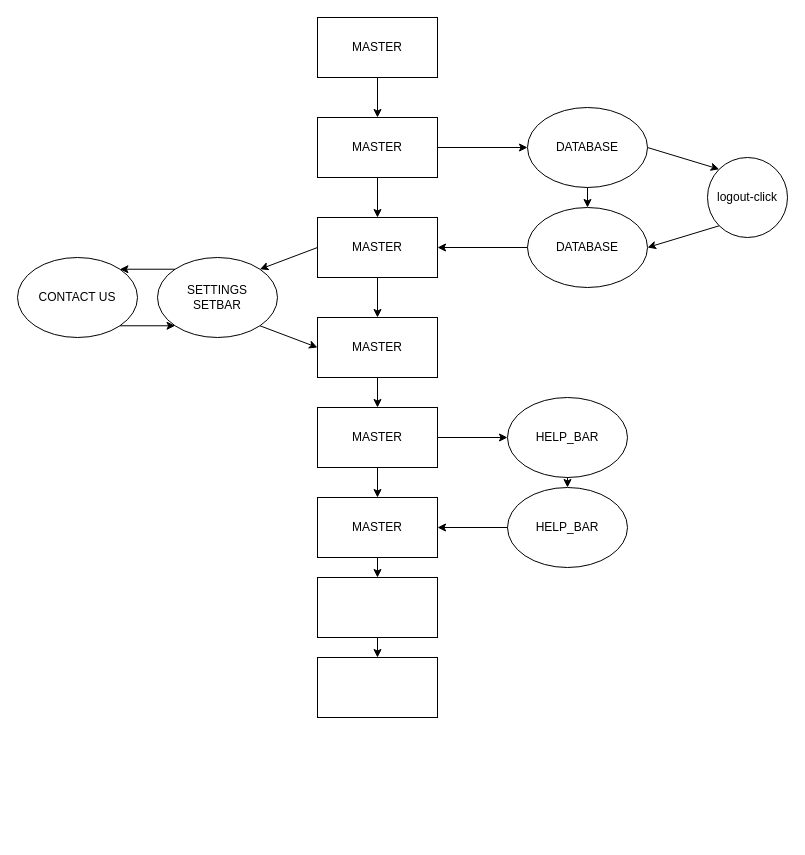
Earlier version of the draw.io diagram INFORMATION/branches.drawio (Man1exter/MAIG-WAREHOUSE). Source tidied: cells renumbered, new cells numbered last; positions are measured from the earlier drawing's top-left corner, leaving out a move shared by most shapes. Both pictures are drawn from the tidied source at 100%, with x=0, y=0 at pixel (17, 17).
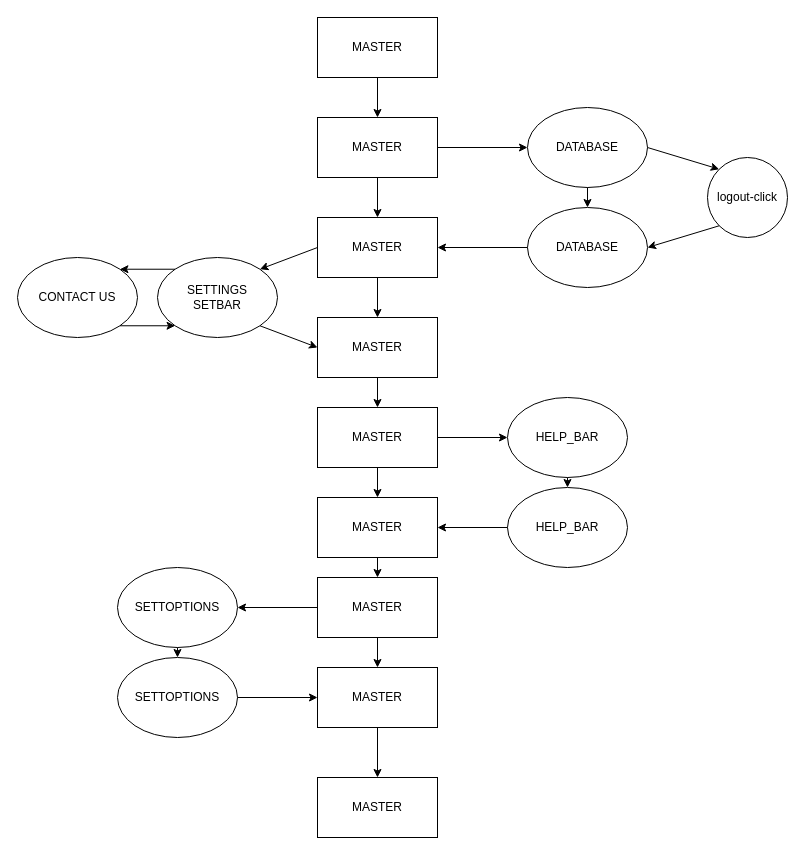
After the change.

The edit, as a diff of the source:
```diff
@@
-    <mxCell id="30" style="rounded=0;whiteSpace=wrap;html=1;" parent="1" vertex="1">
+    <mxCell id="30" value="MASTER" style="rounded=0;whiteSpace=wrap;html=1;" parent="1" vertex="1">
       <mxGeometry x="300" y="560" width="120" height="60" as="geometry" />
     </mxCell>
-    <mxCell id="31" style="rounded=0;whiteSpace=wrap;html=1;" parent="1" vertex="1">
-      <mxGeometry x="300" y="640" width="120" height="60" as="geometry" />
+    <mxCell id="31" value="MASTER" style="rounded=0;whiteSpace=wrap;html=1;" parent="1" vertex="1">
+      <mxGeometry x="300" y="650" width="120" height="60" as="geometry" />
     </mxCell>
@@
+    <mxCell id="36" value="SETTOPTIONS" style="ellipse;whiteSpace=wrap;html=1;" parent="1" vertex="1">
+      <mxGeometry x="100" y="640" width="120" height="80" as="geometry" />
+    </mxCell>
+    <mxCell id="37" value="SETTOPTIONS" style="ellipse;whiteSpace=wrap;html=1;" parent="1" vertex="1">
+      <mxGeometry x="100" y="550" width="120" height="80" as="geometry" />
+    </mxCell>
+    <mxCell id="38" style="endArrow=classic;html=1;exitX=0.5;exitY=1;exitDx=0;exitDy=0;" parent="1" edge="1" source="31">
+      <mxGeometry relative="1" as="geometry">
+        <mxPoint x="360" y="760" as="targetPoint" />
+      </mxGeometry>
+    </mxCell>
+    <mxCell id="39" style="endArrow=classic;html=1;exitX=1;exitY=0.5;exitDx=0;exitDy=0;entryX=0;entryY=0.5;entryDx=0;entryDy=0;" parent="1" edge="1" source="36" target="31">
+      <mxGeometry relative="1" as="geometry" />
+    </mxCell>
+    <mxCell id="40" style="endArrow=classic;html=1;entryX=0.5;entryY=0;entryDx=0;entryDy=0;exitX=0.5;exitY=1;exitDx=0;exitDy=0;" parent="1" edge="1" source="37" target="36">
+      <mxGeometry relative="1" as="geometry" />
+    </mxCell>
+    <mxCell id="41" style="endArrow=classic;html=1;exitX=0;exitY=0.5;exitDx=0;exitDy=0;entryX=1;entryY=0.5;entryDx=0;entryDy=0;" parent="1" edge="1" source="30" target="37">
+      <mxGeometry relative="1" as="geometry" />
+    </mxCell>
+    <mxCell id="42" value="MASTER" style="rounded=0;whiteSpace=wrap;html=1;" parent="1" vertex="1">
+      <mxGeometry x="300" y="760" width="120" height="60" as="geometry" />
+    </mxCell>
```
